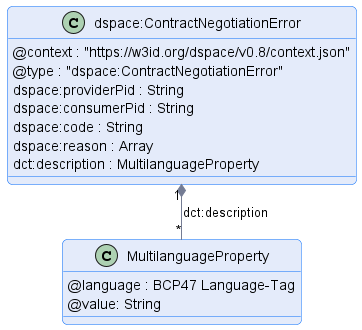
Earlier version of the PlantUML export negotiation/message/diagram/contract-negotiation-error.png (International-Data-Spaces-Association/ids-specification).
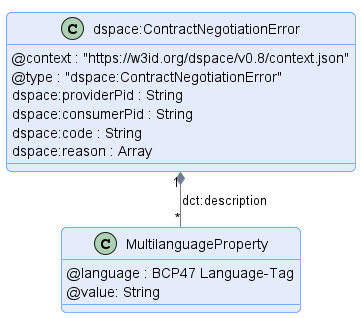
The same file after the commit.

What changed in the source:
```diff
@@ -13,7 +13,6 @@
     dspace:consumerPid : String
     dspace:code : String
     dspace:reason : Array
-    dct:description : MultilanguageProperty
 }
 
 class "MultilanguageProperty" {
```
